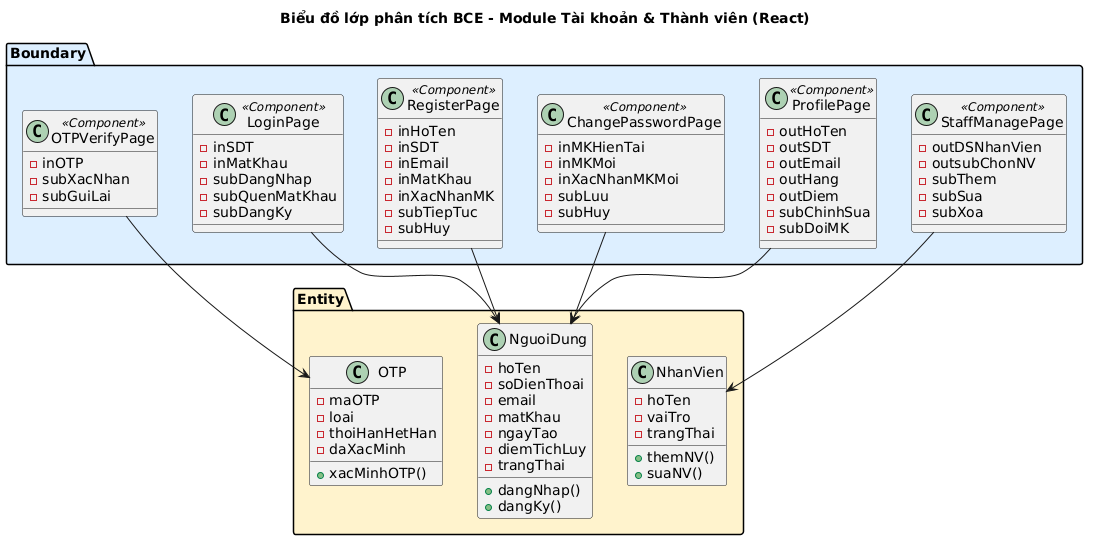
This is output/diagrams/account_bce_analysis.png from thanhtrnnn/cnpm, a PlantUML export, as it was before one commit.
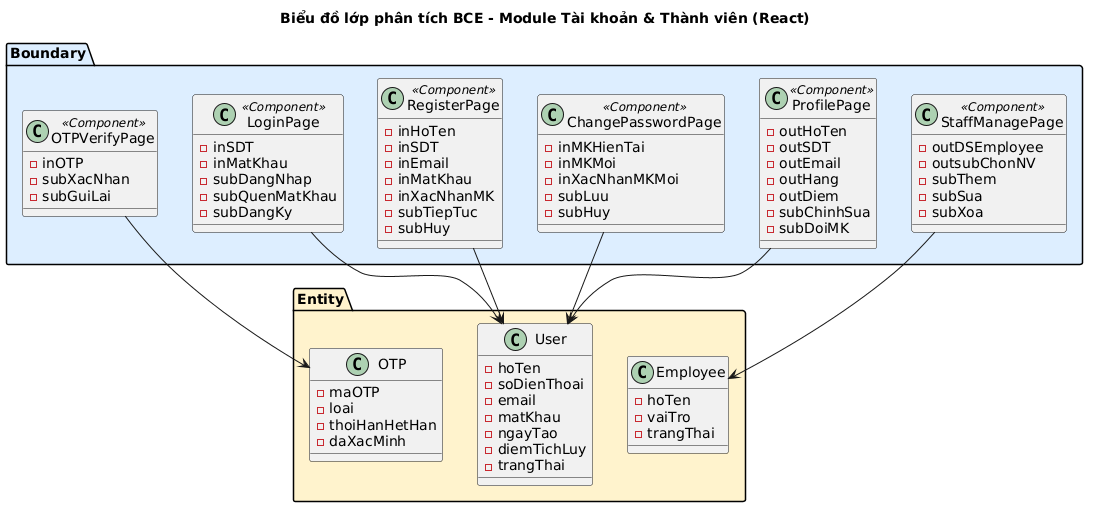
After the commit.

Diff of the diagram source:
```diff
@@ -40,7 +40,7 @@
     -subDoiMK
   }
   class StaffManagePage <<Component>> {
-    -outDSNhanVien
+    -outDSEmployee
     -outsubChonNV
     -subThem
     -subSua
@@ -49,7 +49,7 @@
 }
 
 package "Entity" #FFF3CD {
-  class NguoiDung {
+  class User {
     -hoTen
     -soDienThoai
     -email
@@ -57,29 +57,24 @@
     -ngayTao
     -diemTichLuy
     -trangThai
-    +dangNhap()
-    +dangKy()
   }
   class OTP {
     -maOTP
     -loai
     -thoiHanHetHan
     -daXacMinh
-    +xacMinhOTP()
   }
-  class NhanVien {
+  class Employee {
     -hoTen
     -vaiTro
     -trangThai
-    +themNV()
-    +suaNV()
   }
 }
 
-LoginPage --> NguoiDung
-RegisterPage --> NguoiDung
+LoginPage --> User
+RegisterPage --> User
 OTPVerifyPage --> OTP
-ChangePasswordPage --> NguoiDung
-ProfilePage --> NguoiDung
-StaffManagePage --> NhanVien
+ChangePasswordPage --> User
+ProfilePage --> User
+StaffManagePage --> Employee
 @enduml
```
